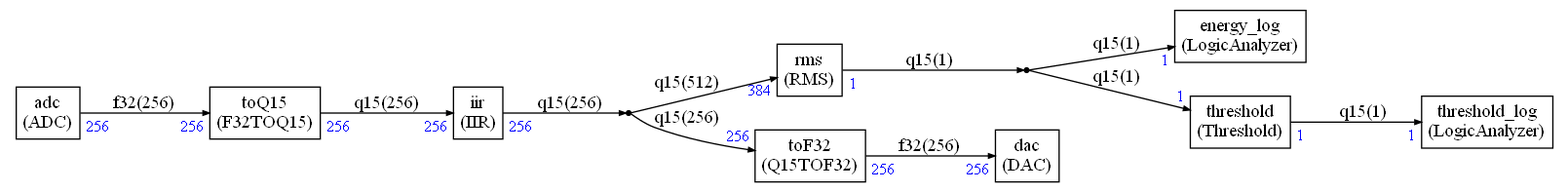
This is ComputeGraph/Pictures/graph.png from Arm-Examples/CMSIS-Stream-PoC, a Graphviz export, as it was before one commit. Its source is kept beside it as ComputeGraph/Pictures/graph.dot.
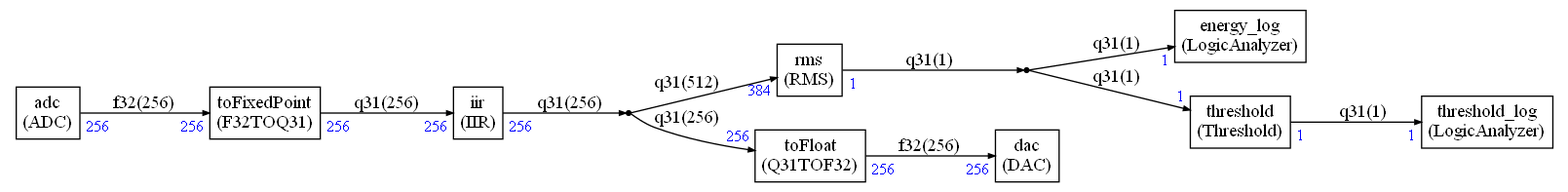
The same diagram one commit later.

What changed in the source:
```diff
@@ -30,10 +30,10 @@
   </TR>
 </TABLE>>];
 
-iir [label=<
+fir [label=<
 <TABLE BORDER="0" CELLBORDER="1" CELLSPACING="0" CELLPADDING="4">
   <TR>
-    <TD ALIGN="CENTER" PORT="i">iir<BR/>(IIR)</TD>
+    <TD ALIGN="CENTER" PORT="i">fir<BR/>(FIR)</TD>
   </TR>
 </TABLE>>];
 
@@ -58,35 +58,35 @@
   </TR>
 </TABLE>>];
 
-toF32 [label=<
+toFixedPoint [label=<
 <TABLE BORDER="0" CELLBORDER="1" CELLSPACING="0" CELLPADDING="4">
   <TR>
-    <TD ALIGN="CENTER" PORT="i">toF32<BR/>(Q15TOF32)</TD>
+    <TD ALIGN="CENTER" PORT="i">toFixedPoint<BR/>(F32TOQ15)</TD>
   </TR>
 </TABLE>>];
 
-toQ15 [label=<
+toFloat [label=<
 <TABLE BORDER="0" CELLBORDER="1" CELLSPACING="0" CELLPADDING="4">
   <TR>
-    <TD ALIGN="CENTER" PORT="i">toQ15<BR/>(F32TOQ15)</TD>
+    <TD ALIGN="CENTER" PORT="i">toFloat<BR/>(Q15TOF32)</TD>
   </TR>
 </TABLE>>];
 
 
 
-adc:i -> toQ15:i [label="f32(256)"
+adc:i -> toFixedPoint:i [label="f32(256)"
 ,headlabel=<<TABLE BORDER="0" CELLPADDING="2"><TR><TD><FONT COLOR="blue" POINT-SIZE="12.0" >256</FONT>
 </TD></TR></TABLE>>
 ,taillabel=<<TABLE BORDER="0" CELLPADDING="2"><TR><TD><FONT COLOR="blue" POINT-SIZE="12.0" >256</FONT>
 </TD></TR></TABLE>>]
 
-toQ15:i -> iir:i [label="q15(256)"
+toFixedPoint:i -> fir:i [label="q15(256)"
 ,headlabel=<<TABLE BORDER="0" CELLPADDING="2"><TR><TD><FONT COLOR="blue" POINT-SIZE="12.0" >256</FONT>
 </TD></TR></TABLE>>
 ,taillabel=<<TABLE BORDER="0" CELLPADDING="2"><TR><TD><FONT COLOR="blue" POINT-SIZE="12.0" >256</FONT>
 </TD></TR></TABLE>>]
 
-toF32:i -> dac:i [label="f32(256)"
+toFloat:i -> dac:i [label="f32(256)"
 ,headlabel=<<TABLE BORDER="0" CELLPADDING="2"><TR><TD><FONT COLOR="blue" POINT-SIZE="12.0" >256</FONT>
 </TD></TR></TABLE>>
 ,taillabel=<<TABLE BORDER="0" CELLPADDING="2"><TR><TD><FONT COLOR="blue" POINT-SIZE="12.0" >256</FONT>
@@ -98,14 +98,14 @@
 ,taillabel=<<TABLE BORDER="0" CELLPADDING="2"><TR><TD><FONT COLOR="blue" POINT-SIZE="12.0" >1</FONT>
 </TD></TR></TABLE>>]
 
-iir:i ->
+fir:i ->
 dup0 [label="q15(256)"
 
 ,taillabel=<<TABLE BORDER="0" CELLPADDING="2"><TR><TD><FONT COLOR="blue" POINT-SIZE="12.0" >256</FONT>
 </TD></TR></TABLE>>]
 
 
-dup0 -> toF32:i [label="q15(256)"
+dup0 -> toFloat:i [label="q15(256)"
 ,headlabel=<<TABLE BORDER="0" CELLPADDING="2"><TR><TD><FONT COLOR="blue" POINT-SIZE="12.0" >256</FONT>
 </TD></TR></TABLE>>
 ]
```
